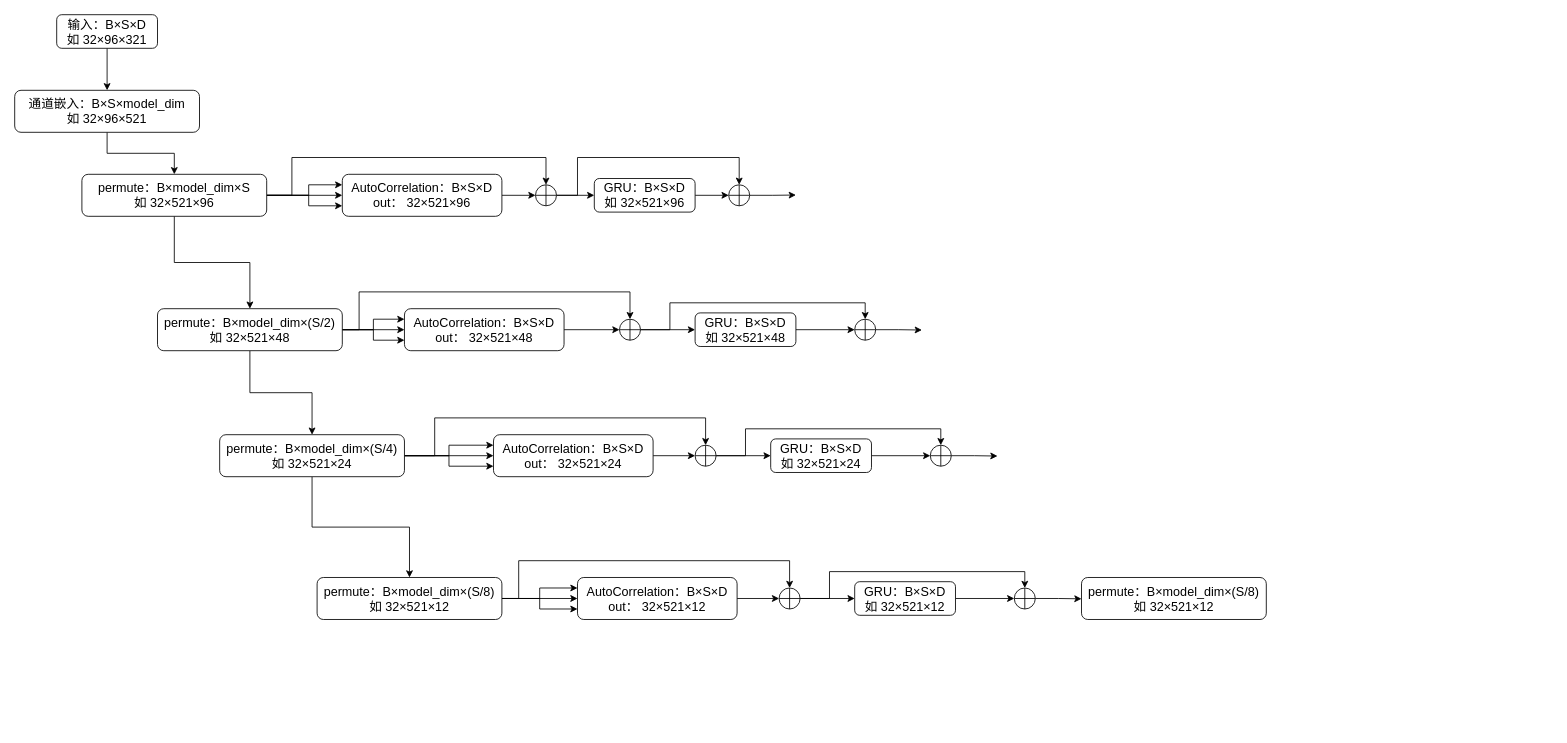
This is 未命名绘图.drawio from dearRongerr/draw.io, a draw.io file, before an edit. Source tidied: cells renumbered, new cells numbered last; positions are measured from the earlier drawing's top-left corner, leaving out a move shared by most shapes. Both pictures are drawn from the tidied source at 84%, with x=0, y=0 at pixel (14, 14).
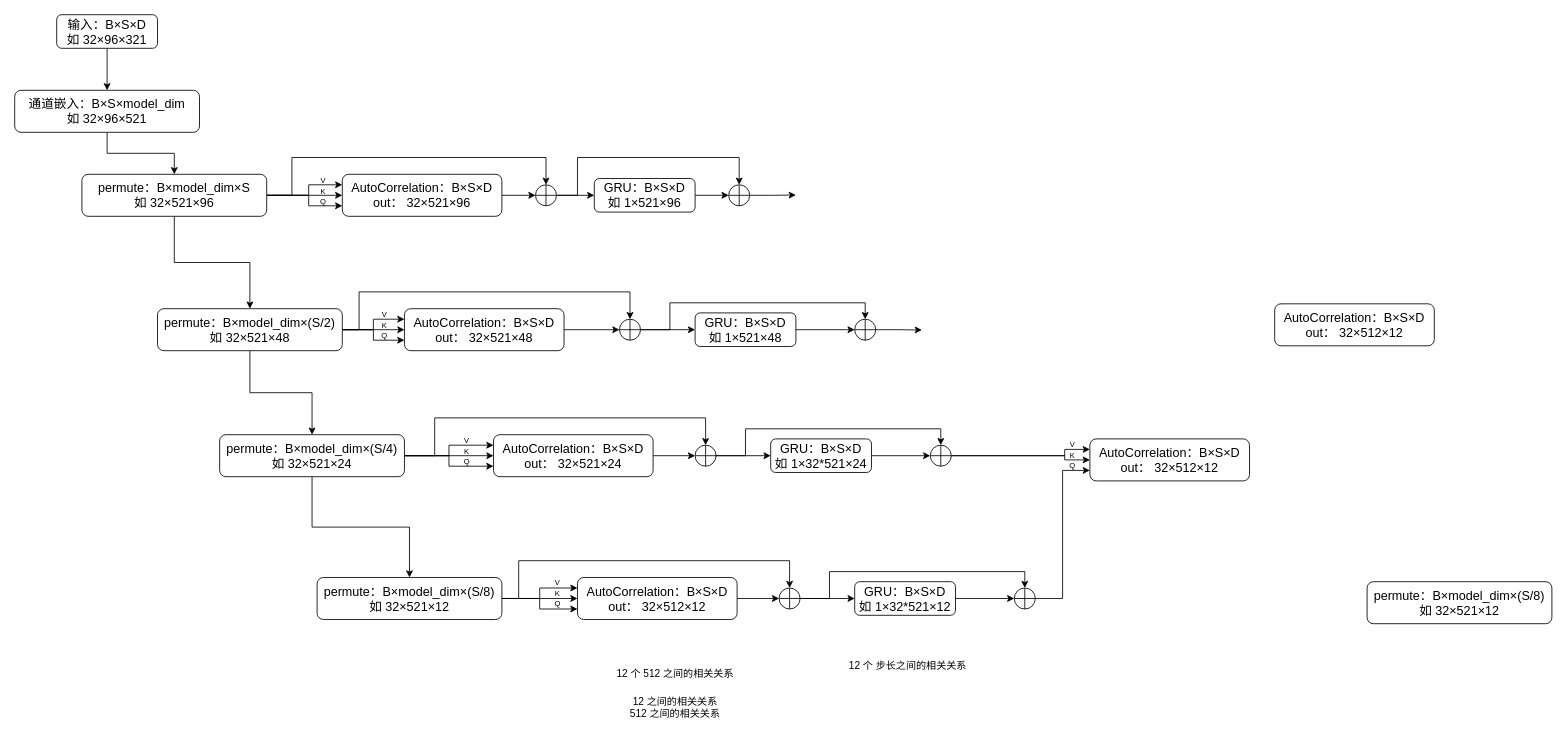
Above is the later version.

Commit message (it also covers changes not shown here):
更新未命名绘图.drawio

The change refers to these unchanged cells:
```xml
<mxCell id="38" style="group;" parent="1" vertex="1">
  <mxGeometry x="390" y="170" width="540" height="70" as="geometry" />
</mxCell>
<mxCell id="56" style="shape=orEllipse;perimeter=ellipsePerimeter;whiteSpace=wrap;html=1;backgroundOutline=1;rounded=1;strokeColor=default;align=center;verticalAlign=middle;fontFamily=Helvetica;fontSize=12;fontColor=default;fillColor=default;" parent="1" vertex="1">
  <mxGeometry x="1090" y="512.5" width="25" height="25" as="geometry" />
</mxCell>
<mxCell id="65" style="shape=orEllipse;perimeter=ellipsePerimeter;whiteSpace=wrap;html=1;backgroundOutline=1;rounded=1;strokeColor=default;align=center;verticalAlign=middle;fontFamily=Helvetica;fontSize=12;fontColor=default;fillColor=default;" parent="1" vertex="1">
  <mxGeometry x="1190" y="682.5" width="25" height="25" as="geometry" />
</mxCell>
```

Change to the diagram source:
```diff
@@
-    <mxCell id="35" value="&lt;font style=&quot;font-size: 15px;&quot;&gt;GRU：B×S×D&lt;/font&gt;&lt;div&gt;&lt;font style=&quot;font-size: 15px;&quot;&gt;如 32×521×48&lt;/font&gt;&lt;/div&gt;" style="rounded=1;whiteSpace=wrap;html=1;" parent="1" vertex="1">
+    <mxCell id="35" value="&lt;font style=&quot;font-size: 15px;&quot;&gt;GRU：B×S×D&lt;/font&gt;&lt;div&gt;&lt;font style=&quot;font-size: 15px;&quot;&gt;如 1×521×48&lt;/font&gt;&lt;/div&gt;" style="rounded=1;whiteSpace=wrap;html=1;" parent="1" vertex="1">
       <mxGeometry x="810" y="355" width="120" height="40" as="geometry" />
     </mxCell>
@@
-    <mxCell id="45" value="&lt;font style=&quot;font-size: 15px;&quot;&gt;GRU：B×S×D&lt;/font&gt;&lt;div&gt;&lt;font style=&quot;font-size: 15px;&quot;&gt;如 32×521×96&lt;/font&gt;&lt;/div&gt;" style="rounded=1;whiteSpace=wrap;html=1;" parent="38" vertex="1">
+    <mxCell id="45" value="&lt;font style=&quot;font-size: 15px;&quot;&gt;GRU：B×S×D&lt;/font&gt;&lt;div&gt;&lt;font style=&quot;font-size: 15px;&quot;&gt;如 1×521×96&lt;/font&gt;&lt;/div&gt;" style="rounded=1;whiteSpace=wrap;html=1;" parent="38" vertex="1">
       <mxGeometry x="300" y="25" width="120" height="40" as="geometry" />
     </mxCell>
@@
-    <mxCell id="54" value="&lt;font style=&quot;font-size: 15px;&quot;&gt;GRU：B×S×D&lt;/font&gt;&lt;div&gt;&lt;font style=&quot;font-size: 15px;&quot;&gt;如 32×521×24&lt;/font&gt;&lt;/div&gt;" style="rounded=1;whiteSpace=wrap;html=1;" parent="1" vertex="1">
+    <mxCell id="54" value="&lt;font style=&quot;font-size: 15px;&quot;&gt;GRU：B×S×D&lt;/font&gt;&lt;div&gt;&lt;font style=&quot;font-size: 15px;&quot;&gt;如 1×32*521×24&lt;/font&gt;&lt;/div&gt;" style="rounded=1;whiteSpace=wrap;html=1;" parent="1" vertex="1">
       <mxGeometry x="900" y="505" width="120" height="40" as="geometry" />
     </mxCell>
-    <mxCell id="55" style="edgeStyle=orthogonalEdgeStyle;rounded=0;jettySize=auto;html=1;exitX=1;exitY=0.5;exitDx=0;exitDy=0;fontFamily=Helvetica;fontSize=12;fontColor=default;" parent="1" edge="1" source="56">
+    <mxCell id="55" style="edgeStyle=orthogonalEdgeStyle;rounded=0;jettySize=auto;html=1;exitX=1;exitY=0.5;exitDx=0;exitDy=0;fontFamily=Helvetica;fontSize=12;fontColor=default;" parent="1" edge="1" source="56" target="71">
       <mxGeometry relative="1" as="geometry">
-        <mxPoint x="1170" y="525.4" as="targetPoint" />
+        <Array as="points">
+          <mxPoint x="1250" y="525" />
+          <mxPoint x="1250" y="530" />
+        </Array>
       </mxGeometry>
     </mxCell>
+    <mxCell id="67" style="edgeStyle=orthogonalEdgeStyle;rounded=0;jettySize=auto;html=1;exitX=1;exitY=0.5;exitDx=0;exitDy=0;fontFamily=Helvetica;fontSize=12;fontColor=default;entryX=0;entryY=0.25;entryDx=0;entryDy=0;" parent="1" edge="1" source="56" target="71">
+      <mxGeometry relative="1" as="geometry">
+        <Array as="points">
+          <mxPoint x="1250" y="525" />
+          <mxPoint x="1250" y="518" />
+        </Array>
+      </mxGeometry>
+    </mxCell>
@@
-    <mxCell id="58" value="&lt;font style=&quot;font-size: 15px;&quot;&gt;AutoCorrelation：B×S×D&lt;/font&gt;&lt;div&gt;&lt;font style=&quot;font-size: 15px;&quot;&gt;out： 32×521×12&lt;/font&gt;&lt;/div&gt;" style="rounded=1;whiteSpace=wrap;html=1;" parent="1" vertex="1">
+    <mxCell id="58" value="&lt;font style=&quot;font-size: 15px;&quot;&gt;AutoCorrelation：B×S×D&lt;/font&gt;&lt;div&gt;&lt;font style=&quot;font-size: 15px;&quot;&gt;out： 32×512×12&lt;/font&gt;&lt;/div&gt;" style="rounded=1;whiteSpace=wrap;html=1;" parent="1" vertex="1">
       <mxGeometry x="670" y="670" width="190" height="50" as="geometry" />
     </mxCell>
@@
-    <mxCell id="63" value="&lt;font style=&quot;font-size: 15px;&quot;&gt;GRU：B×S×D&lt;/font&gt;&lt;div&gt;&lt;font style=&quot;font-size: 15px;&quot;&gt;如 32×521×12&lt;/font&gt;&lt;/div&gt;" style="rounded=1;whiteSpace=wrap;html=1;" parent="1" vertex="1">
+    <mxCell id="63" value="&lt;font style=&quot;font-size: 15px;&quot;&gt;GRU：B×S×D&lt;/font&gt;&lt;div&gt;&lt;font style=&quot;font-size: 15px;&quot;&gt;如 1×32*521×12&lt;/font&gt;&lt;/div&gt;" style="rounded=1;whiteSpace=wrap;html=1;" parent="1" vertex="1">
       <mxGeometry x="1000" y="675" width="120" height="40" as="geometry" />
     </mxCell>
-    <mxCell id="64" style="edgeStyle=orthogonalEdgeStyle;rounded=0;jettySize=auto;html=1;exitX=1;exitY=0.5;exitDx=0;exitDy=0;fontFamily=Helvetica;fontSize=12;fontColor=default;" parent="1" edge="1" source="65">
-      <mxGeometry relative="1" as="geometry">
-        <mxPoint x="1270" y="695.4" as="targetPoint" />
-      </mxGeometry>
+    <mxCell id="64" style="edgeStyle=orthogonalEdgeStyle;rounded=0;jettySize=auto;html=1;exitX=1;exitY=0.5;exitDx=0;exitDy=0;fontFamily=Helvetica;fontSize=12;fontColor=default;entryX=0;entryY=0.75;entryDx=0;entryDy=0;" parent="1" edge="1" source="65" target="71">
+      <mxGeometry relative="1" as="geometry" />
     </mxCell>
@@
     <mxCell id="66" value="&lt;font style=&quot;font-size: 15px;&quot;&gt;permute：B×model_dim&lt;/font&gt;&lt;span style=&quot;font-size: 15px;&quot;&gt;×(S/8)&lt;/span&gt;&lt;div&gt;&lt;font style=&quot;font-size: 15px;&quot;&gt;如 32×521×12&lt;/font&gt;&lt;/div&gt;" style="rounded=1;whiteSpace=wrap;html=1;" parent="1" vertex="1">
-      <mxGeometry x="1270" y="670" width="220" height="50" as="geometry" />
+      <mxGeometry x="1610" y="675" width="220" height="50" as="geometry" />
     </mxCell>
+    <mxCell id="68" value="12 个 512 之间的相关关系" style="text;html=1;align=center;verticalAlign=middle;whiteSpace=wrap;rounded=0;fontFamily=Helvetica;fontSize=12;fontColor=default;" parent="1" vertex="1">
+      <mxGeometry x="703" y="760" width="167" height="50" as="geometry" />
+    </mxCell>
+    <mxCell id="69" value="12 个 步长之间的相关关系" style="text;html=1;align=center;verticalAlign=middle;whiteSpace=wrap;rounded=0;fontFamily=Helvetica;fontSize=12;fontColor=default;" parent="1" vertex="1">
+      <mxGeometry x="980" y="750" width="167" height="50" as="geometry" />
+    </mxCell>
+    <mxCell id="70" value="12 之间的相关关系&lt;div&gt;512 之间的相关关系&lt;/div&gt;" style="text;html=1;align=center;verticalAlign=middle;whiteSpace=wrap;rounded=0;fontFamily=Helvetica;fontSize=12;fontColor=default;" parent="1" vertex="1">
+      <mxGeometry x="703" y="800" width="167" height="50" as="geometry" />
+    </mxCell>
+    <mxCell id="71" value="&lt;font style=&quot;font-size: 15px;&quot;&gt;AutoCorrelation：B×S×D&lt;/font&gt;&lt;div&gt;&lt;font style=&quot;font-size: 15px;&quot;&gt;out： 32×512×12&lt;/font&gt;&lt;/div&gt;" style="rounded=1;whiteSpace=wrap;html=1;" parent="1" vertex="1">
+      <mxGeometry x="1280" y="505" width="190" height="50" as="geometry" />
+    </mxCell>
+    <mxCell id="72" value="&lt;font style=&quot;font-size: 9px;&quot;&gt;V&lt;/font&gt;" style="text;html=1;align=center;verticalAlign=middle;whiteSpace=wrap;rounded=0;fontFamily=Helvetica;fontSize=12;fontColor=default;" parent="1" vertex="1">
+      <mxGeometry x="432.5" y="352" width="15" height="7.5" as="geometry" />
+    </mxCell>
+    <mxCell id="73" value="&lt;font style=&quot;font-size: 9px;&quot;&gt;K&lt;/font&gt;" style="text;html=1;align=center;verticalAlign=middle;whiteSpace=wrap;rounded=0;fontFamily=Helvetica;fontSize=12;fontColor=default;" parent="1" vertex="1">
+      <mxGeometry x="432.5" y="365.5" width="15" height="7.5" as="geometry" />
+    </mxCell>
+    <mxCell id="74" value="&lt;span style=&quot;font-size: 9px;&quot;&gt;Q&lt;/span&gt;" style="text;html=1;align=center;verticalAlign=middle;whiteSpace=wrap;rounded=0;fontFamily=Helvetica;fontSize=12;fontColor=default;" parent="1" vertex="1">
+      <mxGeometry x="432.5" y="377" width="15" height="7.5" as="geometry" />
+    </mxCell>
+    <mxCell id="75" value="&lt;font style=&quot;font-size: 9px;&quot;&gt;V&lt;/font&gt;" style="text;html=1;align=center;verticalAlign=middle;whiteSpace=wrap;rounded=0;fontFamily=Helvetica;fontSize=12;fontColor=default;" parent="1" vertex="1">
+      <mxGeometry x="531" y="502" width="15" height="7.5" as="geometry" />
+    </mxCell>
+    <mxCell id="76" value="&lt;font style=&quot;font-size: 9px;&quot;&gt;K&lt;/font&gt;" style="text;html=1;align=center;verticalAlign=middle;whiteSpace=wrap;rounded=0;fontFamily=Helvetica;fontSize=12;fontColor=default;" parent="1" vertex="1">
+      <mxGeometry x="531" y="515.5" width="15" height="7.5" as="geometry" />
+    </mxCell>
+    <mxCell id="77" value="&lt;span style=&quot;font-size: 9px;&quot;&gt;Q&lt;/span&gt;" style="text;html=1;align=center;verticalAlign=middle;whiteSpace=wrap;rounded=0;fontFamily=Helvetica;fontSize=12;fontColor=default;" parent="1" vertex="1">
+      <mxGeometry x="531" y="527" width="15" height="7.5" as="geometry" />
+    </mxCell>
+    <mxCell id="78" value="&lt;font style=&quot;font-size: 9px;&quot;&gt;V&lt;/font&gt;" style="text;html=1;align=center;verticalAlign=middle;whiteSpace=wrap;rounded=0;fontFamily=Helvetica;fontSize=12;fontColor=default;" parent="1" vertex="1">
+      <mxGeometry x="639" y="672" width="15" height="7.5" as="geometry" />
+    </mxCell>
+    <mxCell id="79" value="&lt;font style=&quot;font-size: 9px;&quot;&gt;K&lt;/font&gt;" style="text;html=1;align=center;verticalAlign=middle;whiteSpace=wrap;rounded=0;fontFamily=Helvetica;fontSize=12;fontColor=default;" parent="1" vertex="1">
+      <mxGeometry x="639" y="685.5" width="15" height="7.5" as="geometry" />
+    </mxCell>
+    <mxCell id="80" value="&lt;span style=&quot;font-size: 9px;&quot;&gt;Q&lt;/span&gt;" style="text;html=1;align=center;verticalAlign=middle;whiteSpace=wrap;rounded=0;fontFamily=Helvetica;fontSize=12;fontColor=default;" parent="1" vertex="1">
+      <mxGeometry x="639" y="697" width="15" height="7.5" as="geometry" />
+    </mxCell>
+    <mxCell id="81" value="&lt;font style=&quot;font-size: 9px;&quot;&gt;V&lt;/font&gt;" style="text;html=1;align=center;verticalAlign=middle;whiteSpace=wrap;rounded=0;fontFamily=Helvetica;fontSize=12;fontColor=default;" parent="1" vertex="1">
+      <mxGeometry x="360" y="193" width="15" height="7.5" as="geometry" />
+    </mxCell>
+    <mxCell id="82" value="&lt;font style=&quot;font-size: 9px;&quot;&gt;K&lt;/font&gt;" style="text;html=1;align=center;verticalAlign=middle;whiteSpace=wrap;rounded=0;fontFamily=Helvetica;fontSize=12;fontColor=default;" parent="1" vertex="1">
+      <mxGeometry x="360" y="206.5" width="15" height="7.5" as="geometry" />
+    </mxCell>
+    <mxCell id="83" value="&lt;span style=&quot;font-size: 9px;&quot;&gt;Q&lt;/span&gt;" style="text;html=1;align=center;verticalAlign=middle;whiteSpace=wrap;rounded=0;fontFamily=Helvetica;fontSize=12;fontColor=default;" parent="1" vertex="1">
+      <mxGeometry x="360" y="218" width="15" height="7.5" as="geometry" />
+    </mxCell>
+    <mxCell id="84" value="&lt;font style=&quot;font-size: 9px;&quot;&gt;V&lt;/font&gt;" style="text;html=1;align=center;verticalAlign=middle;whiteSpace=wrap;rounded=0;fontFamily=Helvetica;fontSize=12;fontColor=default;" parent="1" vertex="1">
+      <mxGeometry x="1252" y="506.8" width="15" height="7.5" as="geometry" />
+    </mxCell>
+    <mxCell id="85" value="&lt;font style=&quot;font-size: 9px;&quot;&gt;K&lt;/font&gt;" style="text;html=1;align=center;verticalAlign=middle;whiteSpace=wrap;rounded=0;fontFamily=Helvetica;fontSize=12;fontColor=default;" parent="1" vertex="1">
+      <mxGeometry x="1252" y="520.2" width="15" height="7.5" as="geometry" />
+    </mxCell>
+    <mxCell id="86" value="&lt;span style=&quot;font-size: 9px;&quot;&gt;Q&lt;/span&gt;" style="text;html=1;align=center;verticalAlign=middle;whiteSpace=wrap;rounded=0;fontFamily=Helvetica;fontSize=12;fontColor=default;" parent="1" vertex="1">
+      <mxGeometry x="1252" y="531.8" width="15" height="7.5" as="geometry" />
+    </mxCell>
+    <mxCell id="87" value="&lt;font style=&quot;font-size: 15px;&quot;&gt;AutoCorrelation：B×S×D&lt;/font&gt;&lt;div&gt;&lt;font style=&quot;font-size: 15px;&quot;&gt;out： 32×512×12&lt;/font&gt;&lt;/div&gt;" style="rounded=1;whiteSpace=wrap;html=1;" parent="1" vertex="1">
+      <mxGeometry x="1500" y="344.2" width="190" height="50" as="geometry" />
+    </mxCell>
```
